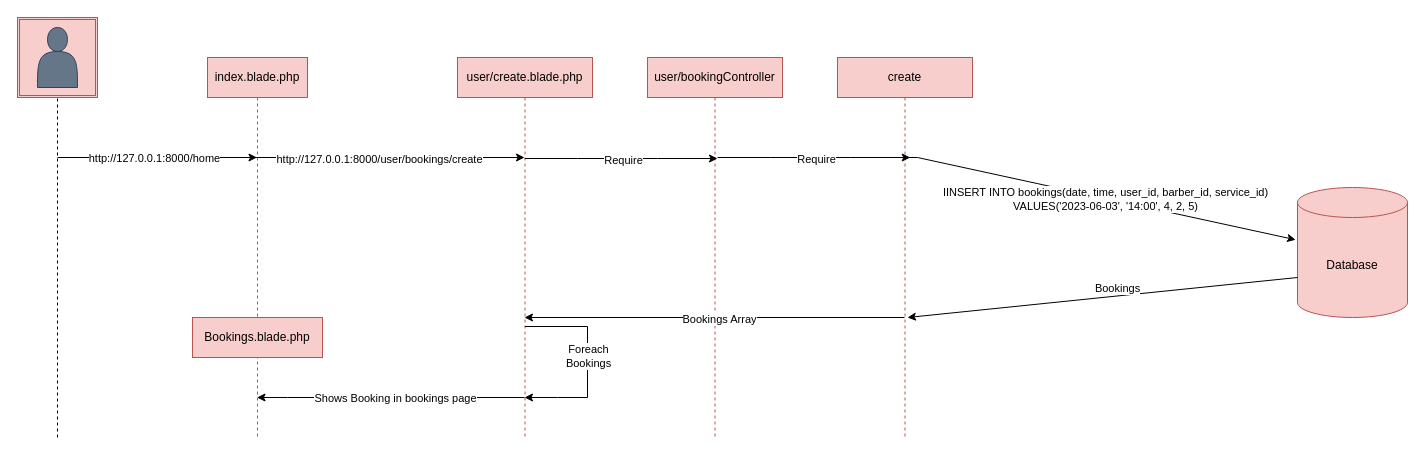
This is Diagrams/BarbershopBookingSystemSD.drawio from y2-SW-project/swproject23-Liam-Ronan, a draw.io file, before an edit. Source tidied: cells renumbered, new cells numbered last; positions are measured from the earlier drawing's top-left corner, leaving out a move shared by most shapes. Both pictures are drawn from the tidied source at 100%, with x=0, y=0 at pixel (17, 17).
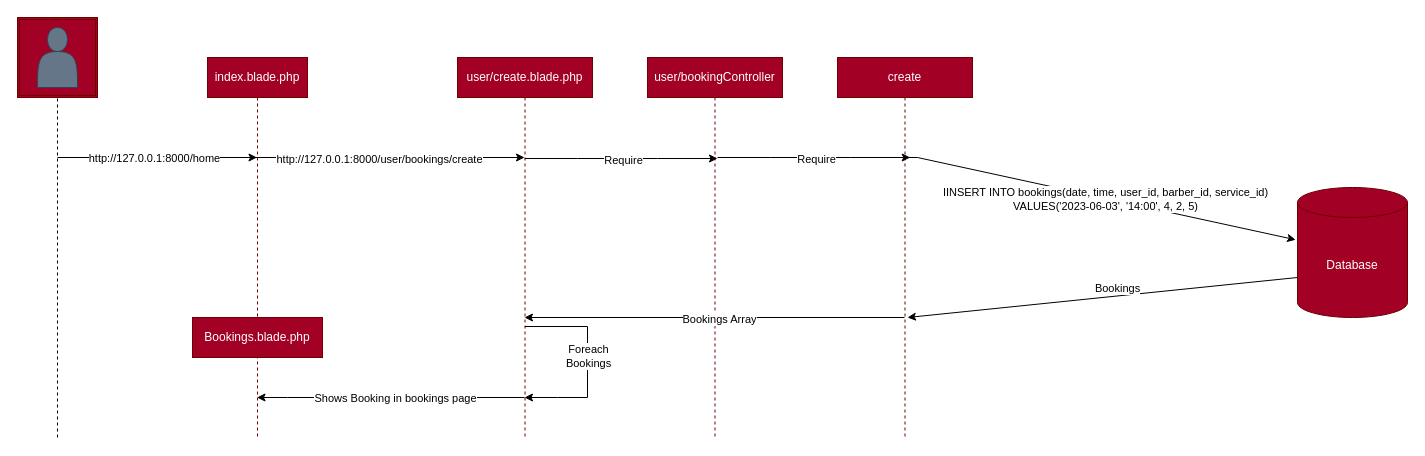
Above is the later version.

Commit message (it also covers changes not shown here):
modified diagrams with Draw.io extension on VS Code added Gantt chart pdf to documents folder uploaded User Interviews to docuemtns folder edited tests and all pass successfully

Change to the diagram source:
```diff
@@
-    <mxCell id="2" value="index.blade.php" style="shape=umlLifeline;perimeter=lifelinePerimeter;whiteSpace=wrap;html=1;outlineConnect=0;portConstraint=eastwest;newEdgeStyle={&quot;edgeStyle&quot;:&quot;elbowEdgeStyle&quot;,&quot;elbow&quot;:&quot;vertical&quot;,&quot;curved&quot;:0,&quot;rounded&quot;:0};fillColor=#f8cecc;strokeColor=#b85450;" parent="1" vertex="1">
+    <mxCell id="2" value="index.blade.php" style="shape=umlLifeline;perimeter=lifelinePerimeter;whiteSpace=wrap;html=1;outlineConnect=0;portConstraint=eastwest;newEdgeStyle={&quot;edgeStyle&quot;:&quot;elbowEdgeStyle&quot;,&quot;elbow&quot;:&quot;vertical&quot;,&quot;curved&quot;:0,&quot;rounded&quot;:0};fillColor=#a20025;strokeColor=#6F0000;fontColor=#ffffff;" parent="1" vertex="1">
       <mxGeometry x="190" y="40" width="100" height="380" as="geometry" />
     </mxCell>
-    <mxCell id="3" style="group;fillColor=#f8cecc;strokeColor=#b85450;" parent="1" vertex="1">
+    <mxCell id="3" style="group;fillColor=#d80073;strokeColor=#A50040;fontColor=#ffffff;" parent="1" vertex="1">
       <mxGeometry width="80" height="80" as="geometry" />
     </mxCell>
-    <mxCell id="4" style="shape=ext;double=1;whiteSpace=wrap;html=1;fillColor=#f8cecc;strokeColor=#b85450;" parent="3" vertex="1">
+    <mxCell id="4" style="shape=ext;double=1;whiteSpace=wrap;html=1;fillColor=#a20025;strokeColor=#6F0000;fontColor=#ffffff;" parent="3" vertex="1">
       <mxGeometry width="80" height="80" as="geometry" />
     </mxCell>
@@
-    <mxCell id="7" value="user/create.blade.php" style="shape=umlLifeline;perimeter=lifelinePerimeter;whiteSpace=wrap;html=1;outlineConnect=0;portConstraint=eastwest;newEdgeStyle={&quot;edgeStyle&quot;:&quot;elbowEdgeStyle&quot;,&quot;elbow&quot;:&quot;vertical&quot;,&quot;curved&quot;:0,&quot;rounded&quot;:0};fillColor=#f8cecc;strokeColor=#b85450;" parent="1" vertex="1">
+    <mxCell id="7" value="user/create.blade.php" style="shape=umlLifeline;perimeter=lifelinePerimeter;whiteSpace=wrap;html=1;outlineConnect=0;portConstraint=eastwest;newEdgeStyle={&quot;edgeStyle&quot;:&quot;elbowEdgeStyle&quot;,&quot;elbow&quot;:&quot;vertical&quot;,&quot;curved&quot;:0,&quot;rounded&quot;:0};fillColor=#a20025;strokeColor=#6F0000;fontColor=#ffffff;" parent="1" vertex="1">
       <mxGeometry x="440" y="40" width="135" height="380" as="geometry" />
     </mxCell>
@@
-    <mxCell id="12" value="user/bookingController" style="shape=umlLifeline;perimeter=lifelinePerimeter;whiteSpace=wrap;html=1;newEdgeStyle={&quot;edgeStyle&quot;:&quot;elbowEdgeStyle&quot;,&quot;elbow&quot;:&quot;vertical&quot;,&quot;curved&quot;:0,&quot;rounded&quot;:0};fillColor=#f8cecc;strokeColor=#b85450;" parent="1" vertex="1">
+    <mxCell id="12" value="user/bookingController" style="shape=umlLifeline;perimeter=lifelinePerimeter;whiteSpace=wrap;html=1;newEdgeStyle={&quot;edgeStyle&quot;:&quot;elbowEdgeStyle&quot;,&quot;elbow&quot;:&quot;vertical&quot;,&quot;curved&quot;:0,&quot;rounded&quot;:0};fillColor=#a20025;strokeColor=#6F0000;fontColor=#ffffff;" parent="1" vertex="1">
       <mxGeometry x="630" y="40" width="135" height="380" as="geometry" />
     </mxCell>
@@
-    <mxCell id="15" value="create" style="shape=umlLifeline;perimeter=lifelinePerimeter;whiteSpace=wrap;html=1;outlineConnect=0;portConstraint=eastwest;newEdgeStyle={&quot;edgeStyle&quot;:&quot;elbowEdgeStyle&quot;,&quot;elbow&quot;:&quot;vertical&quot;,&quot;curved&quot;:0,&quot;rounded&quot;:0};fillColor=#f8cecc;strokeColor=#b85450;" parent="1" vertex="1">
+    <mxCell id="15" value="create" style="shape=umlLifeline;perimeter=lifelinePerimeter;whiteSpace=wrap;html=1;outlineConnect=0;portConstraint=eastwest;newEdgeStyle={&quot;edgeStyle&quot;:&quot;elbowEdgeStyle&quot;,&quot;elbow&quot;:&quot;vertical&quot;,&quot;curved&quot;:0,&quot;rounded&quot;:0};fillColor=#a20025;strokeColor=#6F0000;fontColor=#ffffff;" parent="1" vertex="1">
       <mxGeometry x="820" y="40" width="135" height="380" as="geometry" />
     </mxCell>
@@
-    <mxCell id="18" value="Database" style="shape=cylinder3;whiteSpace=wrap;html=1;boundedLbl=1;backgroundOutline=1;size=15;fillColor=#f8cecc;strokeColor=#b85450;" parent="1" vertex="1">
+    <mxCell id="18" value="Database" style="shape=cylinder3;whiteSpace=wrap;html=1;boundedLbl=1;backgroundOutline=1;size=15;fillColor=#a20025;strokeColor=#6F0000;fontColor=#ffffff;" parent="1" vertex="1">
       <mxGeometry x="1280" y="170" width="110" height="130" as="geometry" />
     </mxCell>
@@
-    <mxCell id="29" value="Bookings.blade.php" style="rounded=0;whiteSpace=wrap;html=1;fillColor=#f8cecc;strokeColor=#b85450;" parent="1" vertex="1">
+    <mxCell id="29" value="Bookings.blade.php" style="rounded=0;whiteSpace=wrap;html=1;fillColor=#a20025;strokeColor=#6F0000;fontColor=#ffffff;" parent="1" vertex="1">
       <mxGeometry x="175" y="300" width="130" height="40" as="geometry" />
     </mxCell>
```
